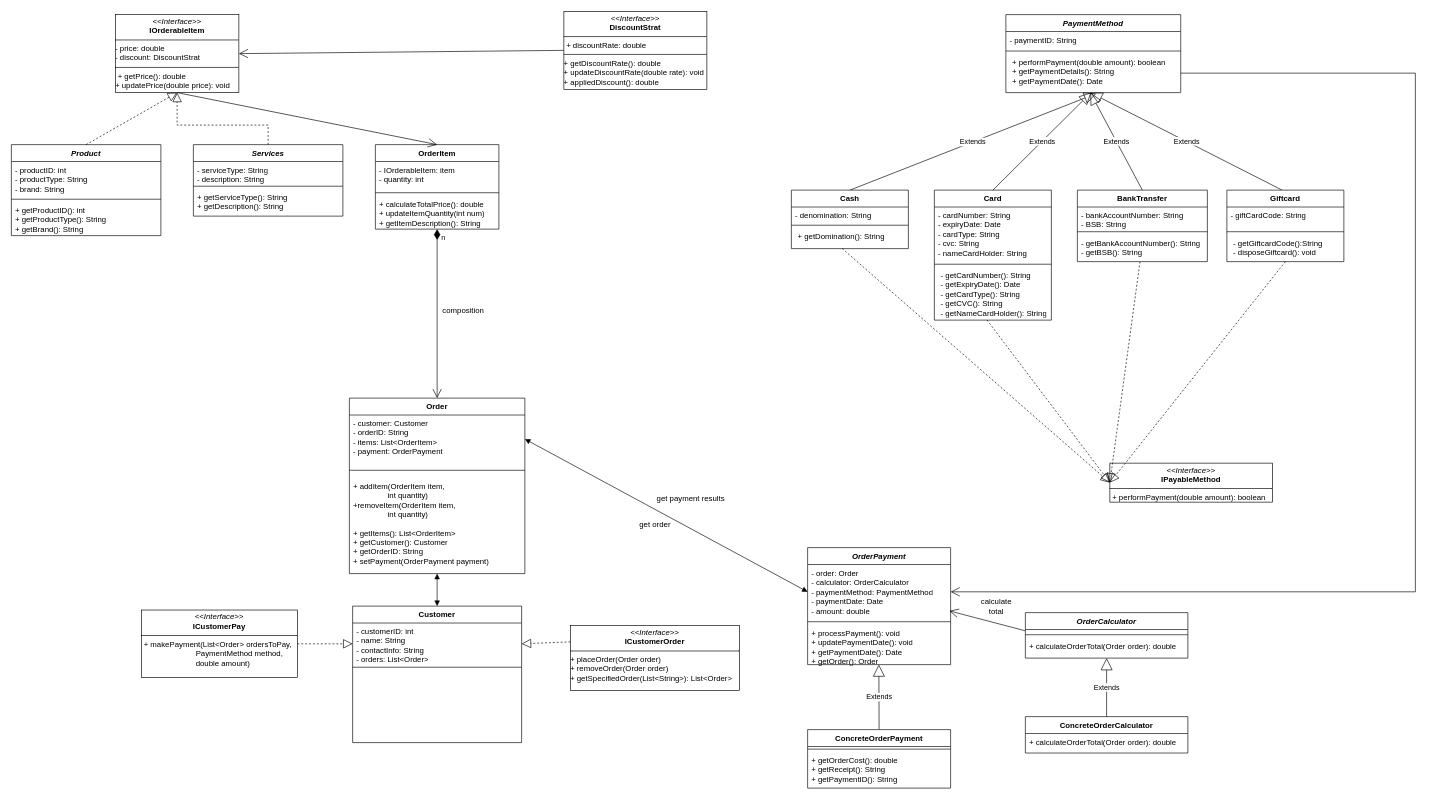
Before: soft2201w3.drawio in NguyenChHieu/graphs, a draw.io diagram. Source tidied: cells renumbered, new cells numbered last; positions are measured from the earlier drawing's top-left corner, leaving out a move shared by most shapes. Both pictures are drawn from the tidied source at 65%, with x=0, y=0 at pixel (11, 11).
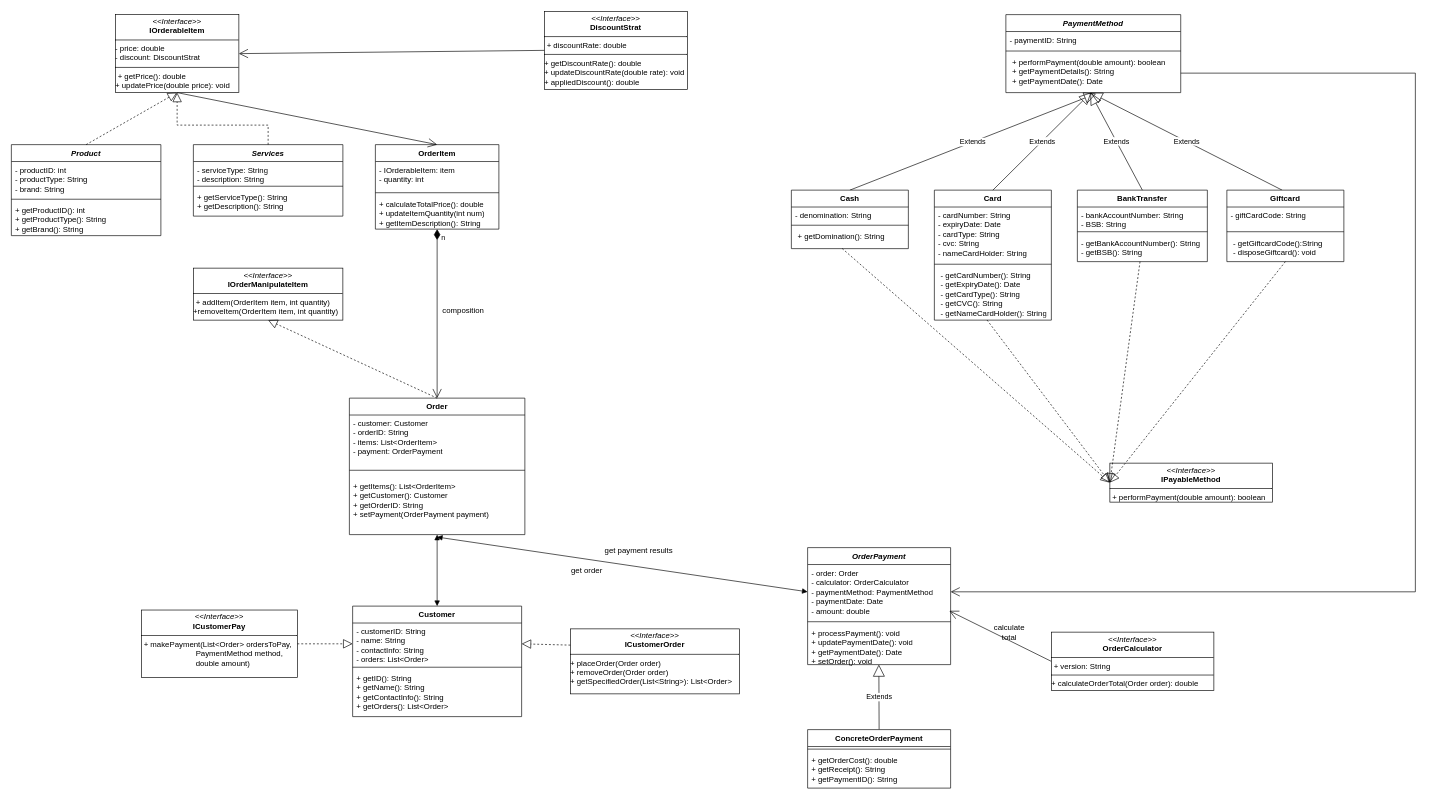
The same diagram, later.

Unchanged cells that the change refers to:
```xml
<mxCell id="22" value="&lt;div&gt;- customer: Customer&lt;/div&gt;&lt;div&gt;- orderID: String&lt;/div&gt;- items&lt;span style=&quot;background-color: initial;&quot;&gt;: List&amp;lt;OrderItem&amp;gt;&amp;nbsp;&lt;/span&gt;&lt;div&gt;&lt;span style=&quot;background-color: initial;&quot;&gt;- payment: OrderPayment&lt;/span&gt;&lt;br&gt;&lt;/div&gt;" style="text;strokeColor=none;fillColor=none;align=left;verticalAlign=top;spacingLeft=4;spacingRight=4;overflow=hidden;points=[[0,0.5],[1,0.5]];portConstraint=eastwest;whiteSpace=wrap;html=1;" parent="21" vertex="1">
  <mxGeometry y="26" width="270" height="74" as="geometry" />
</mxCell>
<mxCell id="37" value="&lt;i&gt;OrderPayment&lt;/i&gt;" style="swimlane;fontStyle=1;align=center;verticalAlign=top;horizontal=1;startSize=26;whiteSpace=wrap;html=1;" parent="1" vertex="1">
  <mxGeometry x="1225" y="825" width="220" height="180" as="geometry" />
</mxCell>
<mxCell id="38" value="- order: Order&lt;div&gt;- calculator: OrderCalculator&lt;br&gt;&lt;div&gt;&lt;div&gt;&lt;span style=&quot;background-color: initial;&quot;&gt;- paymentMethod: PaymentMethod&lt;/span&gt;&lt;br&gt;&lt;/div&gt;&lt;div&gt;-&lt;span style=&quot;background-color: initial;&quot;&gt;&amp;nbsp;payment&lt;/span&gt;&lt;span style=&quot;background-color: initial;&quot;&gt;Date: Date&lt;/span&gt;&lt;/div&gt;&lt;/div&gt;&lt;/div&gt;&lt;div&gt;&lt;span style=&quot;background-color: initial;&quot;&gt;- amount: double&lt;/span&gt;&lt;/div&gt;" style="text;strokeColor=none;fillColor=none;align=left;verticalAlign=top;spacingLeft=4;spacingRight=4;overflow=hidden;points=[[0,0.5],[1,0.5]];portConstraint=eastwest;whiteSpace=wrap;html=1;" parent="37" vertex="1">
  <mxGeometry y="26" width="220" height="84" as="geometry" />
</mxCell>
```

Change to the diagram source:
```diff
@@
     <mxCell id="10" value="Customer" style="swimlane;fontStyle=1;align=center;verticalAlign=top;horizontal=1;startSize=26;whiteSpace=wrap;html=1;" parent="1" vertex="1">
-      <mxGeometry x="525" y="915" width="260" height="210" as="geometry" />
+      <mxGeometry x="525" y="915" width="260" height="170" as="geometry" />
     </mxCell>
-    <mxCell id="11" value="&lt;div&gt;- customerID: int&lt;/div&gt;&lt;div&gt;- name: String&lt;/div&gt;&lt;div&gt;- contactInfo: String&lt;/div&gt;- orders: List&amp;lt;Order&amp;gt;" style="text;strokeColor=none;fillColor=none;align=left;verticalAlign=top;spacingLeft=4;spacingRight=4;overflow=hidden;points=[[0,0.5],[1,0.5]];portConstraint=eastwest;whiteSpace=wrap;html=1;" parent="10" vertex="1">
+    <mxCell id="11" value="&lt;div&gt;- customerID: String&lt;/div&gt;&lt;div&gt;- name: String&lt;/div&gt;&lt;div&gt;- contactInfo: String&lt;/div&gt;- orders: List&amp;lt;Order&amp;gt;" style="text;strokeColor=none;fillColor=none;align=left;verticalAlign=top;spacingLeft=4;spacingRight=4;overflow=hidden;points=[[0,0.5],[1,0.5]];portConstraint=eastwest;whiteSpace=wrap;html=1;" parent="10" vertex="1">
       <mxGeometry y="26" width="260" height="64" as="geometry" />
     </mxCell>
@@
-    <mxCell id="13" value="&lt;div&gt;&lt;br&gt;&lt;/div&gt;" style="text;strokeColor=none;fillColor=none;align=left;verticalAlign=top;spacingLeft=4;spacingRight=4;overflow=hidden;whiteSpace=wrap;html=1;" parent="10" vertex="1">
-      <mxGeometry y="98" width="260" height="112" as="geometry" />
+    <mxCell id="13" value="&lt;div&gt;+ getID(): String&lt;/div&gt;&lt;div&gt;+ getName(): String&lt;/div&gt;&lt;div&gt;+ getContactInfo(): String&lt;/div&gt;&lt;div&gt;+ getOrders(): List&amp;lt;Order&amp;gt;&lt;/div&gt;&lt;div&gt;&lt;br&gt;&lt;/div&gt;" style="text;strokeColor=none;fillColor=none;align=left;verticalAlign=top;spacingLeft=4;spacingRight=4;overflow=hidden;whiteSpace=wrap;html=1;" parent="10" vertex="1">
+      <mxGeometry y="98" width="260" height="72" as="geometry" />
     </mxCell>
@@
     <mxCell id="21" value="Order" style="swimlane;fontStyle=1;align=center;verticalAlign=top;horizontal=1;startSize=26;whiteSpace=wrap;html=1;" parent="1" vertex="1">
-      <mxGeometry x="520" y="595" width="270" height="270" as="geometry" />
+      <mxGeometry x="520" y="595" width="270" height="210" as="geometry" />
     </mxCell>
@@
-    <mxCell id="24" value="+ addItem(OrderItem item,&lt;div&gt;&lt;span style=&quot;white-space: pre;&quot;&gt;&#9;&lt;/span&gt;&lt;span style=&quot;white-space: pre;&quot;&gt;&#9;&lt;/span&gt;int quantity)&lt;/div&gt;&lt;div&gt;+removeItem(&lt;span style=&quot;background-color: initial;&quot;&gt;OrderItem item,&lt;/span&gt;&lt;/div&gt;&lt;div&gt;&lt;span style=&quot;white-space: pre;&quot;&gt;&#9;&lt;/span&gt;&lt;span style=&quot;white-space: pre;&quot;&gt;&#9;&lt;/span&gt;int quantity)&lt;/div&gt;&lt;div&gt;&lt;br&gt;&lt;/div&gt;&lt;div&gt;+ getItems():&amp;nbsp;&lt;span style=&quot;background-color: initial;&quot;&gt;List&amp;lt;OrderItem&amp;gt;&lt;/span&gt;&lt;/div&gt;&lt;div&gt;+ getCustomer(): Customer&lt;/div&gt;&lt;div&gt;+ getOrderID: String&lt;/div&gt;&lt;div&gt;+ setPayment(OrderPayment payment)&amp;nbsp;&lt;/div&gt;" style="text;strokeColor=none;fillColor=none;align=left;verticalAlign=top;spacingLeft=4;spacingRight=4;overflow=hidden;points=[[0,0.5],[1,0.5]];portConstraint=eastwest;whiteSpace=wrap;html=1;" parent="21" vertex="1">
-      <mxGeometry y="122" width="270" height="148" as="geometry" />
+    <mxCell id="24" value="&lt;div&gt;&lt;span style=&quot;background-color: initial;&quot;&gt;+ getItems():&amp;nbsp;&lt;/span&gt;&lt;span style=&quot;background-color: initial;&quot;&gt;List&amp;lt;OrderItem&amp;gt;&lt;/span&gt;&lt;br&gt;&lt;/div&gt;&lt;div&gt;+ getCustomer(): Customer&lt;/div&gt;&lt;div&gt;+ getOrderID: String&lt;/div&gt;&lt;div&gt;+ setPayment(OrderPayment payment)&amp;nbsp;&lt;/div&gt;" style="text;strokeColor=none;fillColor=none;align=left;verticalAlign=top;spacingLeft=4;spacingRight=4;overflow=hidden;points=[[0,0.5],[1,0.5]];portConstraint=eastwest;whiteSpace=wrap;html=1;" parent="21" vertex="1">
+      <mxGeometry y="122" width="270" height="88" as="geometry" />
     </mxCell>
@@
-    <mxCell id="35" value="ConcreteOrderCalculator" style="swimlane;fontStyle=1;align=center;verticalAlign=top;horizontal=1;startSize=26;whiteSpace=wrap;html=1;" parent="1" vertex="1">
-      <mxGeometry x="1560" y="1085" width="250" height="56" as="geometry" />
-    </mxCell>
-    <mxCell id="36" value="&lt;div&gt;+ calculateOrderTotal(&lt;span style=&quot;background-color: initial;&quot;&gt;Order order&lt;/span&gt;&lt;span style=&quot;background-color: initial;&quot;&gt;): double&lt;/span&gt;&lt;/div&gt;&lt;div&gt;&lt;br&gt;&lt;br&gt;&lt;/div&gt;" style="text;strokeColor=none;fillColor=none;align=left;verticalAlign=top;spacingLeft=4;spacingRight=4;overflow=hidden;whiteSpace=wrap;html=1;" parent="35" vertex="1">
-      <mxGeometry y="26" width="250" height="30" as="geometry" />
-    </mxCell>
@@
-    <mxCell id="40" value="&lt;div&gt;+ processPayment(): void&lt;/div&gt;&lt;div&gt;&lt;span style=&quot;background-color: initial;&quot;&gt;+ updatePaymentDate(): void&lt;/span&gt;&lt;/div&gt;&lt;div&gt;&lt;span style=&quot;background-color: initial;&quot;&gt;+ getPaymentDate(): Date&lt;/span&gt;&lt;/div&gt;&lt;div&gt;&lt;span style=&quot;background-color: initial;&quot;&gt;+ getOrder(): Order&lt;/span&gt;&lt;/div&gt;" style="text;strokeColor=none;fillColor=none;align=left;verticalAlign=top;spacingLeft=4;spacingRight=4;overflow=hidden;points=[[0,0.5],[1,0.5]];portConstraint=eastwest;whiteSpace=wrap;html=1;" parent="37" vertex="1">
+    <mxCell id="40" value="&lt;div&gt;+ processPayment(): void&lt;/div&gt;&lt;div&gt;&lt;span style=&quot;background-color: initial;&quot;&gt;+ updatePaymentDate(): void&lt;/span&gt;&lt;/div&gt;&lt;div&gt;&lt;span style=&quot;background-color: initial;&quot;&gt;+ getPaymentDate(): Date&lt;/span&gt;&lt;/div&gt;&lt;div&gt;&lt;span style=&quot;background-color: initial;&quot;&gt;+ setOrder(): void&lt;/span&gt;&lt;/div&gt;" style="text;strokeColor=none;fillColor=none;align=left;verticalAlign=top;spacingLeft=4;spacingRight=4;overflow=hidden;points=[[0,0.5],[1,0.5]];portConstraint=eastwest;whiteSpace=wrap;html=1;" parent="37" vertex="1">
       <mxGeometry y="118" width="220" height="62" as="geometry" />
     </mxCell>
-    <mxCell id="41" value="&lt;b&gt;&lt;i&gt;OrderCalculator&lt;/i&gt;&lt;/b&gt;" style="swimlane;fontStyle=1;align=center;verticalAlign=top;horizontal=1;startSize=26;whiteSpace=wrap;html=1;" parent="1" vertex="1">
-      <mxGeometry x="1560" y="925" width="250" height="70" as="geometry" />
-    </mxCell>
-    <mxCell id="42" value="&lt;p style=&quot;margin: 0px 0px 0px 4px;&quot;&gt;&lt;br&gt;&lt;/p&gt;" style="text;strokeColor=none;fillColor=none;align=left;verticalAlign=top;spacingLeft=4;spacingRight=4;overflow=hidden;points=[[0,0.5],[1,0.5]];portConstraint=eastwest;whiteSpace=wrap;html=1;" parent="41" vertex="1">
-      <mxGeometry y="26" width="250" height="4" as="geometry" />
-    </mxCell>
-    <mxCell id="43" style="line;strokeWidth=1;fillColor=none;align=left;verticalAlign=middle;spacingTop=-1;spacingLeft=3;spacingRight=3;labelPosition=right;strokeColor=inherit;" parent="41" vertex="1">
-      <mxGeometry y="30" width="250" height="8" as="geometry" />
-    </mxCell>
-    <mxCell id="44" value="&lt;div&gt;+ calculateOrderTotal(Order order): double&lt;/div&gt;&lt;div&gt;&lt;br&gt;&lt;/div&gt;" style="text;strokeColor=none;fillColor=none;align=left;verticalAlign=top;spacingLeft=4;spacingRight=4;overflow=hidden;whiteSpace=wrap;html=1;" parent="41" vertex="1">
-      <mxGeometry y="38" width="250" height="32" as="geometry" />
-    </mxCell>
-    <mxCell id="45" value="Extends" style="endArrow=block;endSize=16;endFill=0;html=1;rounded=0;exitX=0.5;exitY=0;exitDx=0;exitDy=0;entryX=0.5;entryY=1;entryDx=0;entryDy=0;" parent="1" edge="1" source="35" target="41">
-      <mxGeometry relative="1" as="geometry" />
-    </mxCell>
@@
-    <mxCell id="72" style="endArrow=block;startArrow=block;endFill=1;startFill=1;html=1;rounded=0;entryX=0;entryY=0.5;entryDx=0;entryDy=0;exitX=1;exitY=0.5;exitDx=0;exitDy=0;" parent="1" edge="1" source="22" target="38">
+    <mxCell id="72" style="endArrow=block;startArrow=block;endFill=1;startFill=1;html=1;rounded=0;entryX=0;entryY=0.5;entryDx=0;entryDy=0;exitX=0.499;exitY=1.042;exitDx=0;exitDy=0;exitPerimeter=0;" parent="1" edge="1" source="24" target="38">
       <mxGeometry relative="1" as="geometry" />
     </mxCell>
@@
     <mxCell id="74" value="&lt;p style=&quot;margin:0px;margin-top:4px;text-align:center;&quot;&gt;&lt;i&gt;&amp;lt;&amp;lt;Interface&amp;gt;&amp;gt;&lt;/i&gt;&lt;br&gt;&lt;b&gt;ICustomerOrder&lt;/b&gt;&lt;/p&gt;&lt;hr size=&quot;1&quot; style=&quot;border-style:solid;&quot;&gt;&lt;div&gt;+ placeOrder(Order order)&lt;/div&gt;&lt;div&gt;+ removeOrder(Order order)&lt;/div&gt;&lt;div&gt;&lt;span style=&quot;background-color: initial;&quot;&gt;+ getSpecifiedOrder(List&amp;lt;String&amp;gt;): List&amp;lt;Order&amp;gt;&lt;/span&gt;&lt;/div&gt;" style="verticalAlign=top;align=left;overflow=fill;html=1;whiteSpace=wrap;" parent="1" vertex="1">
-      <mxGeometry x="860" y="945" width="260" height="100" as="geometry" />
+      <mxGeometry x="860" y="950" width="260" height="100" as="geometry" />
     </mxCell>
@@
-    <mxCell id="78" style="endArrow=open;endFill=1;endSize=12;html=1;rounded=0;exitX=0;exitY=0.5;exitDx=0;exitDy=0;entryX=0.991;entryY=0.849;entryDx=0;entryDy=0;entryPerimeter=0;" parent="1" edge="1" source="42" target="38">
+    <mxCell id="78" style="endArrow=open;endFill=1;endSize=12;html=1;rounded=0;exitX=0;exitY=0.5;exitDx=0;exitDy=0;entryX=0.991;entryY=0.849;entryDx=0;entryDy=0;entryPerimeter=0;" parent="1" edge="1" source="85" target="38">
       <mxGeometry relative="1" as="geometry" />
     </mxCell>
     <mxCell id="79" value="calculate&lt;div&gt;total&lt;/div&gt;" style="text;html=1;align=center;verticalAlign=middle;strokeColor=none;fillColor=none;" parent="1" vertex="1">
-      <mxGeometry x="1480" y="895" width="70" height="40" as="geometry" />
+      <mxGeometry x="1500" y="935" width="70" height="40" as="geometry" />
     </mxCell>
     <mxCell id="80" value="get payment results" style="text;html=1;align=center;verticalAlign=middle;strokeColor=none;fillColor=none;" parent="1" vertex="1">
-      <mxGeometry x="980" y="735" width="130" height="30" as="geometry" />
+      <mxGeometry x="900" y="815" width="130" height="30" as="geometry" />
     </mxCell>
     <mxCell id="81" value="get order" style="text;html=1;align=center;verticalAlign=middle;strokeColor=none;fillColor=none;" parent="1" vertex="1">
-      <mxGeometry x="955" y="775" width="70" height="30" as="geometry" />
+      <mxGeometry x="850" y="845" width="70" height="30" as="geometry" />
     </mxCell>
@@
     <mxCell id="83" value="&lt;p style=&quot;margin:0px;margin-top:4px;text-align:center;&quot;&gt;&lt;i&gt;&amp;lt;&amp;lt;Interface&amp;gt;&amp;gt;&lt;/i&gt;&lt;br&gt;&lt;b&gt;DiscountStrat&lt;/b&gt;&lt;/p&gt;&lt;hr size=&quot;1&quot; style=&quot;border-style:solid;&quot;&gt;&lt;p style=&quot;margin:0px;margin-left:4px;&quot;&gt;+ discountRate: double&lt;/p&gt;&lt;hr size=&quot;1&quot; style=&quot;border-style:solid;&quot;&gt;&lt;div&gt;+ getDiscountRate(): double&lt;/div&gt;&lt;div&gt;+ updateDiscountRate(double rate): void&lt;/div&gt;&lt;div&gt;+ appliedDiscount(): double&lt;/div&gt;" style="verticalAlign=top;align=left;overflow=fill;html=1;whiteSpace=wrap;" parent="1" vertex="1">
-      <mxGeometry x="850" width="220" height="120" as="geometry" />
+      <mxGeometry x="820" width="220" height="120" as="geometry" />
     </mxCell>
@@
+    <mxCell id="85" value="&lt;p style=&quot;margin:0px;margin-top:4px;text-align:center;&quot;&gt;&lt;i&gt;&amp;lt;&amp;lt;Interface&amp;gt;&amp;gt;&lt;/i&gt;&lt;br&gt;&lt;b&gt;OrderCalculator&lt;/b&gt;&lt;/p&gt;&lt;hr size=&quot;1&quot; style=&quot;border-style:solid;&quot;&gt;&lt;p style=&quot;margin:0px;margin-left:4px;&quot;&gt;+ version: String&lt;/p&gt;&lt;hr size=&quot;1&quot; style=&quot;border-style:solid;&quot;&gt;&lt;div&gt;+ calculateOrderTotal(&lt;span style=&quot;background-color: initial;&quot;&gt;Order order&lt;/span&gt;&lt;span style=&quot;background-color: initial;&quot;&gt;): double&lt;/span&gt;&lt;/div&gt;&lt;div&gt;&lt;br&gt;&lt;/div&gt;" style="verticalAlign=top;align=left;overflow=fill;html=1;whiteSpace=wrap;" parent="1" vertex="1">
+      <mxGeometry x="1600" y="955" width="250" height="90" as="geometry" />
+    </mxCell>
+    <mxCell id="86" value="&lt;p style=&quot;margin:0px;margin-top:4px;text-align:center;&quot;&gt;&lt;i&gt;&amp;lt;&amp;lt;Interface&amp;gt;&amp;gt;&lt;/i&gt;&lt;br&gt;&lt;b&gt;IOrderManipulateItem&lt;/b&gt;&lt;/p&gt;&lt;hr size=&quot;1&quot; style=&quot;border-style:solid;&quot;&gt;&lt;p style=&quot;margin:0px;margin-left:4px;&quot;&gt;+ addItem(OrderItem item,&amp;nbsp;&lt;span style=&quot;background-color: initial;&quot;&gt;int quantity)&lt;/span&gt;&lt;/p&gt;&lt;div&gt;+removeItem(&lt;span style=&quot;background-color: initial;&quot;&gt;OrderItem item,&amp;nbsp;&lt;/span&gt;&lt;span style=&quot;background-color: initial;&quot;&gt;int quantity)&lt;/span&gt;&lt;/div&gt;" style="verticalAlign=top;align=left;overflow=fill;html=1;whiteSpace=wrap;" parent="1" vertex="1">
+      <mxGeometry x="280" y="395" width="230" height="80" as="geometry" />
+    </mxCell>
+    <mxCell id="87" style="endArrow=block;dashed=1;endFill=0;endSize=12;html=1;rounded=0;entryX=0.5;entryY=1;entryDx=0;entryDy=0;exitX=0.5;exitY=0;exitDx=0;exitDy=0;" parent="1" edge="1" source="21" target="86">
+      <mxGeometry relative="1" as="geometry" />
+    </mxCell>
```
